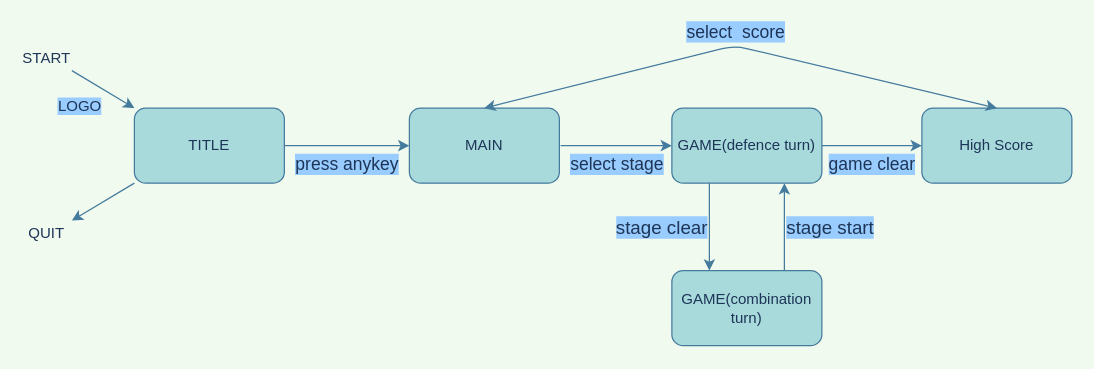
Kanaloa21/gitstudy keeps this draw.io diagram as Untitled Diagram.drawio. Above is the earlier version. Source tidied: cells renumbered, new cells numbered last; positions are measured from the earlier drawing's top-left corner, leaving out a move shared by most shapes. Both pictures are drawn from the tidied source at 125%, with x=0, y=0 at pixel (21, 45).
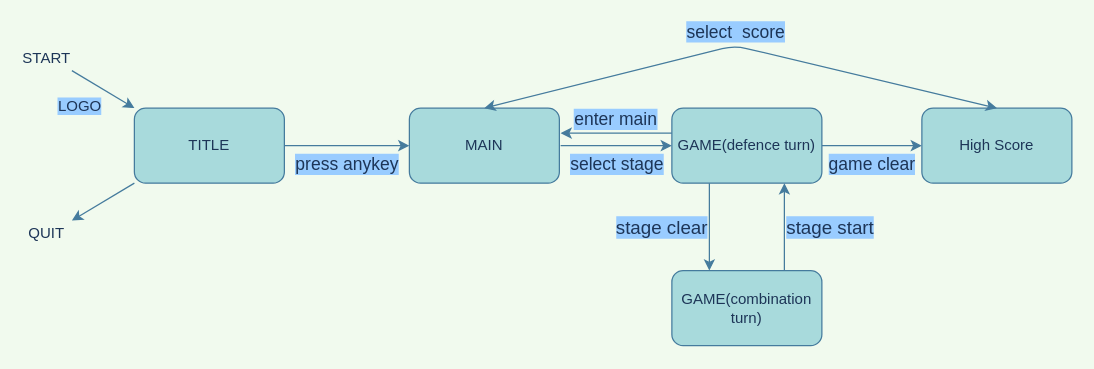
The same page after the edit.

What changed in the source:
```diff
@@
+    <mxCell id="17" value="enter main" style="endArrow=classic;html=1;strokeColor=#457B9D;fillColor=#A8DADC;fontColor=#1D3557;fontSize=14;verticalAlign=bottom;labelBackgroundColor=#99CCFF;exitX=1;exitY=0.5;exitDx=0;exitDy=0;entryX=0;entryY=0.5;entryDx=0;entryDy=0;" parent="1" edge="1">
+      <mxGeometry relative="1" as="geometry">
+        <mxPoint x="520" y="70" as="sourcePoint" />
+        <mxPoint x="431" y="70" as="targetPoint" />
+      </mxGeometry>
+    </mxCell>
```
